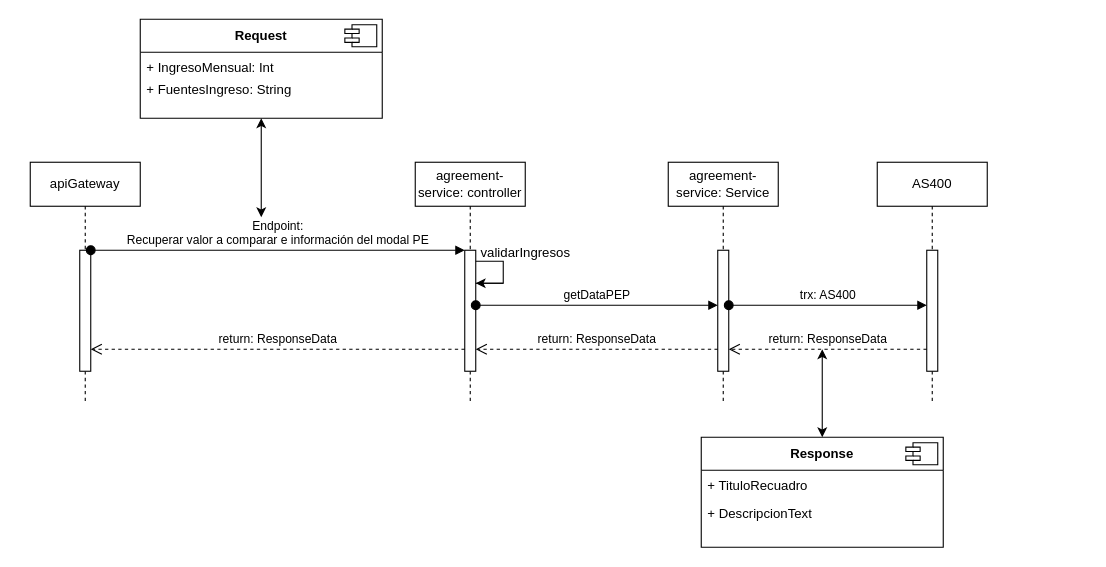
Earlier version of the draw.io diagram 9no endpoint; actualizacion de datos.drawio (StevenGpByte/ActualizacionDatos). Source tidied: cells renumbered, new cells numbered last; positions are measured from the earlier drawing's top-left corner, leaving out a move shared by most shapes. Both pictures are drawn from the tidied source at 110%, with x=0, y=0 at pixel (30, 19).
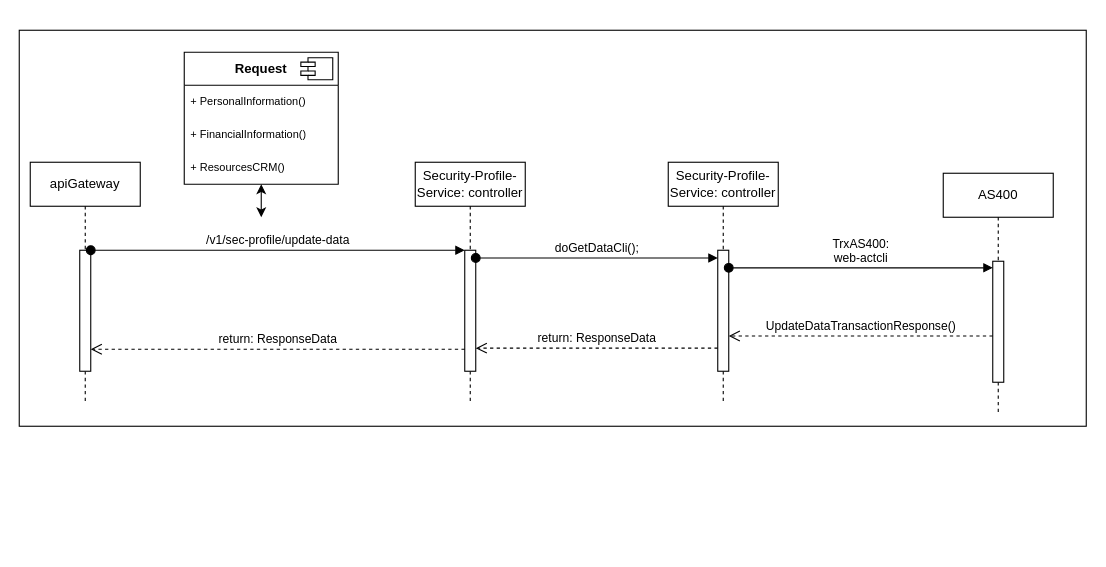
The same page after the edit.

The change refers to these unchanged cells:
```xml
<mxCell id="3" style="html=1;points=[];perimeter=orthogonalPerimeter;outlineConnect=0;targetShapes=umlLifeline;portConstraint=eastwest;newEdgeStyle={&quot;edgeStyle&quot;:&quot;elbowEdgeStyle&quot;,&quot;elbow&quot;:&quot;vertical&quot;,&quot;curved&quot;:0,&quot;rounded&quot;:0};" parent="2" vertex="1">
  <mxGeometry x="45" y="80" width="10" height="110" as="geometry" />
</mxCell>
<mxCell id="5" style="html=1;points=[];perimeter=orthogonalPerimeter;outlineConnect=0;targetShapes=umlLifeline;portConstraint=eastwest;newEdgeStyle={&quot;edgeStyle&quot;:&quot;elbowEdgeStyle&quot;,&quot;elbow&quot;:&quot;vertical&quot;,&quot;curved&quot;:0,&quot;rounded&quot;:0};" parent="4" vertex="1">
  <mxGeometry x="45" y="80" width="10" height="110" as="geometry" />
</mxCell>
<mxCell id="10" style="html=1;points=[];perimeter=orthogonalPerimeter;outlineConnect=0;targetShapes=umlLifeline;portConstraint=eastwest;newEdgeStyle={&quot;edgeStyle&quot;:&quot;elbowEdgeStyle&quot;,&quot;elbow&quot;:&quot;vertical&quot;,&quot;curved&quot;:0,&quot;rounded&quot;:0};" parent="9" vertex="1">
  <mxGeometry x="45" y="80" width="10" height="110" as="geometry" />
</mxCell>
<mxCell id="13" style="html=1;points=[];perimeter=orthogonalPerimeter;outlineConnect=0;targetShapes=umlLifeline;portConstraint=eastwest;newEdgeStyle={&quot;edgeStyle&quot;:&quot;elbowEdgeStyle&quot;,&quot;elbow&quot;:&quot;vertical&quot;,&quot;curved&quot;:0,&quot;rounded&quot;:0};" parent="12" vertex="1">
  <mxGeometry x="45" y="80" width="10" height="110" as="geometry" />
</mxCell>
```

The edit, as a diff of the source:
```diff
@@
+    <mxCell id="29" style="rounded=0;whiteSpace=wrap;html=1;" parent="1" vertex="1">
+      <mxGeometry x="-10" y="10" width="970" height="360" as="geometry" />
+    </mxCell>
@@
-    <mxCell id="4" value="agreement-service: controller" style="shape=umlLifeline;perimeter=lifelinePerimeter;whiteSpace=wrap;html=1;newEdgeStyle={&quot;edgeStyle&quot;:&quot;elbowEdgeStyle&quot;,&quot;elbow&quot;:&quot;vertical&quot;,&quot;curved&quot;:0,&quot;rounded&quot;:0};" parent="1" vertex="1">
+    <mxCell id="4" value="Security-Profile-Service: controller" style="shape=umlLifeline;perimeter=lifelinePerimeter;whiteSpace=wrap;html=1;newEdgeStyle={&quot;edgeStyle&quot;:&quot;elbowEdgeStyle&quot;,&quot;elbow&quot;:&quot;vertical&quot;,&quot;curved&quot;:0,&quot;rounded&quot;:0};" parent="1" vertex="1">
       <mxGeometry x="350" y="130" width="100" height="220" as="geometry" />
     </mxCell>
@@
-    <mxCell id="6" style="endArrow=none;html=1;rounded=0;" parent="4" edge="1" source="5" target="5">
-      <mxGeometry relative="1" as="geometry">
-        <Array as="points">
-          <mxPoint x="80" y="90" />
-          <mxPoint x="80" y="110" />
-        </Array>
-      </mxGeometry>
-    </mxCell>
@@
-    <mxCell id="8" value="Endpoint:&lt;br&gt;Recuperar valor a comparar e información del modal PE" style="html=1;verticalAlign=bottom;startArrow=oval;endArrow=block;startSize=8;edgeStyle=elbowEdgeStyle;elbow=vertical;curved=0;rounded=0;" parent="1" edge="1" source="3" target="5">
+    <mxCell id="8" value="/v1/sec-profile/update-data" style="html=1;verticalAlign=bottom;startArrow=oval;endArrow=block;startSize=8;edgeStyle=elbowEdgeStyle;elbow=vertical;curved=0;rounded=0;" parent="1" edge="1" source="3" target="5">
       <mxGeometry relative="1" as="geometry">
         <Array as="points">
           <mxPoint x="260" y="210" />
         </Array>
       </mxGeometry>
     </mxCell>
-    <mxCell id="9" value="&lt;span style=&quot;font-weight: normal;&quot;&gt;agreement-service: Service&lt;/span&gt;" style="shape=umlLifeline;perimeter=lifelinePerimeter;whiteSpace=wrap;html=1;newEdgeStyle={&quot;edgeStyle&quot;:&quot;elbowEdgeStyle&quot;,&quot;elbow&quot;:&quot;vertical&quot;,&quot;curved&quot;:0,&quot;rounded&quot;:0};fontStyle=1;" parent="1" vertex="1">
+    <mxCell id="9" value="&lt;span style=&quot;font-weight: normal;&quot;&gt;Security-Profile-Service: controller&lt;/span&gt;" style="shape=umlLifeline;perimeter=lifelinePerimeter;whiteSpace=wrap;html=1;newEdgeStyle={&quot;edgeStyle&quot;:&quot;elbowEdgeStyle&quot;,&quot;elbow&quot;:&quot;vertical&quot;,&quot;curved&quot;:0,&quot;rounded&quot;:0};fontStyle=1;" parent="1" vertex="1">
       <mxGeometry x="580" y="130" width="100" height="220" as="geometry" />
     </mxCell>
@@
-    <mxCell id="11" value="getDataPEP" style="html=1;verticalAlign=bottom;startArrow=oval;endArrow=block;startSize=8;edgeStyle=elbowEdgeStyle;elbow=vertical;curved=0;rounded=0;" parent="1" edge="1" source="5" target="10">
-      <mxGeometry relative="1" as="geometry">
-        <Array as="points">
-          <mxPoint x="460" y="260" />
-          <mxPoint x="460" y="290" />
-          <mxPoint x="560" y="270" />
-          <mxPoint x="570" y="210" />
-          <mxPoint x="600" y="200" />
-          <mxPoint x="580" y="210" />
-          <mxPoint x="580" y="210" />
-          <mxPoint x="580" y="250" />
-          <mxPoint x="580" y="240" />
-          <mxPoint x="560" y="210" />
-          <mxPoint x="540" y="270" />
-          <mxPoint x="560" y="210" />
-        </Array>
-      </mxGeometry>
-    </mxCell>
     <mxCell id="12" value="AS400" style="shape=umlLifeline;perimeter=lifelinePerimeter;whiteSpace=wrap;html=1;newEdgeStyle={&quot;edgeStyle&quot;:&quot;elbowEdgeStyle&quot;,&quot;elbow&quot;:&quot;vertical&quot;,&quot;curved&quot;:0,&quot;rounded&quot;:0};" parent="1" vertex="1">
-      <mxGeometry x="770" y="130" width="100" height="220" as="geometry" />
+      <mxGeometry x="830" y="140" width="100" height="220" as="geometry" />
     </mxCell>
@@
-    <mxCell id="14" value="trx: AS400" style="html=1;verticalAlign=bottom;startArrow=oval;endArrow=block;startSize=8;edgeStyle=elbowEdgeStyle;elbow=vertical;curved=0;rounded=0;" parent="1" edge="1" source="10" target="13">
+    <mxCell id="14" value="TrxAS400:&lt;br style=&quot;border-color: var(--border-color);&quot;&gt;web-actcli" style="html=1;verticalAlign=bottom;startArrow=oval;endArrow=block;startSize=8;edgeStyle=elbowEdgeStyle;elbow=vertical;curved=0;rounded=0;" parent="1" edge="1">
       <mxGeometry relative="1" as="geometry">
+        <mxPoint x="635" y="226" as="sourcePoint" />
+        <mxPoint x="875" y="226" as="targetPoint" />
         <Array as="points">
-          <mxPoint x="770" y="260" />
-          <mxPoint x="790" y="270" />
-          <mxPoint x="770" y="210" />
-          <mxPoint x="750" y="270" />
-          <mxPoint x="770" y="210" />
-          <mxPoint x="805" y="250" />
+          <mxPoint x="770" y="226" />
+          <mxPoint x="790" y="236" />
+          <mxPoint x="770" y="176" />
+          <mxPoint x="750" y="236" />
+          <mxPoint x="770" y="176" />
+          <mxPoint x="805" y="216" />
         </Array>
       </mxGeometry>
     </mxCell>
     <mxCell id="15" value="Request" style="swimlane;whiteSpace=wrap;html=1;startSize=30;" parent="1" vertex="1">
-      <mxGeometry x="100" width="220" height="90" as="geometry" />
+      <mxGeometry x="140" y="30" width="140" height="120" as="geometry" />
     </mxCell>
@@
-    <mxCell id="17" value="+ IngresoMensual: Int" style="text;strokeColor=none;fillColor=none;align=left;verticalAlign=top;spacingLeft=4;spacingRight=4;overflow=hidden;whiteSpace=wrap;html=1;" parent="15" vertex="1">
-      <mxGeometry y="30" width="200" height="26" as="geometry" />
+    <mxCell id="17" value="&lt;p style=&quot;line-height:1.38;margin-top:0pt;margin-bottom:0pt;&quot; dir=&quot;ltr&quot;&gt;&lt;/p&gt;&lt;p style=&quot;line-height:1.38;margin-top:0pt;margin-bottom:0pt;&quot; dir=&quot;ltr&quot;&gt;&lt;/p&gt;&lt;p style=&quot;line-height:1.38;margin-top:0pt;margin-bottom:0pt;&quot; dir=&quot;ltr&quot;&gt;&lt;/p&gt;&lt;p style=&quot;line-height:1.38;margin-top:0pt;margin-bottom:0pt;&quot; dir=&quot;ltr&quot;&gt;&lt;/p&gt;&lt;p style=&quot;line-height:1.38;margin-top:0pt;margin-bottom:0pt;&quot; dir=&quot;ltr&quot;&gt;&lt;/p&gt;&lt;p style=&quot;line-height:1.38;margin-top:0pt;margin-bottom:0pt;&quot; dir=&quot;ltr&quot;&gt;&lt;/p&gt;&lt;p style=&quot;line-height:1.38;margin-top:0pt;margin-bottom:0pt;&quot; dir=&quot;ltr&quot;&gt;&lt;/p&gt;&lt;p style=&quot;line-height:1.38;margin-top:0pt;margin-bottom:0pt;&quot; dir=&quot;ltr&quot;&gt;&lt;/p&gt;&lt;p style=&quot;line-height:1.38;margin-top:0pt;margin-bottom:0pt;&quot; dir=&quot;ltr&quot;&gt;&lt;/p&gt;&lt;p style=&quot;line-height:1.38;margin-top:0pt;margin-bottom:0pt;&quot; dir=&quot;ltr&quot;&gt;&lt;/p&gt;&lt;p style=&quot;line-height:1.38;margin-top:0pt;margin-bottom:0pt;&quot; dir=&quot;ltr&quot;&gt;&lt;/p&gt;&lt;p style=&quot;line-height:1.38;margin-top:0pt;margin-bottom:0pt;&quot; dir=&quot;ltr&quot;&gt;&lt;/p&gt;&lt;p style=&quot;line-height:1.38;margin-top:0pt;margin-bottom:0pt;&quot; dir=&quot;ltr&quot;&gt;&lt;/p&gt;&lt;p style=&quot;line-height:1.38;margin-top:0pt;margin-bottom:0pt;&quot; dir=&quot;ltr&quot;&gt;&lt;/p&gt;&lt;p style=&quot;line-height:1.38;margin-top:0pt;margin-bottom:0pt;&quot; dir=&quot;ltr&quot;&gt;&lt;/p&gt;&lt;p style=&quot;line-height:1.38;margin-top:0pt;margin-bottom:0pt;&quot; dir=&quot;ltr&quot;&gt;&lt;/p&gt;&lt;p style=&quot;line-height:1.38;margin-top:0pt;margin-bottom:0pt;&quot; dir=&quot;ltr&quot;&gt;&lt;/p&gt;&lt;p style=&quot;line-height:1.38;margin-top:0pt;margin-bottom:0pt;&quot; dir=&quot;ltr&quot;&gt;&lt;/p&gt;&lt;div&gt;&lt;/div&gt;&lt;font size=&quot;1&quot; face=&quot;Arial, sans-serif&quot;&gt;+ PersonalInformation()&lt;/font&gt;&lt;br&gt;&lt;span id=&quot;docs-internal-guid-35b9aa86-7fff-8cd9-a609-26aaf156870c&quot;&gt;&lt;/span&gt;" style="text;strokeColor=none;fillColor=none;align=left;verticalAlign=top;spacingLeft=4;spacingRight=4;overflow=hidden;whiteSpace=wrap;html=1;" parent="15" vertex="1">
+      <mxGeometry y="30" width="200" height="30" as="geometry" />
     </mxCell>
-    <mxCell id="18" value="+ FuentesIngreso: String" style="text;strokeColor=none;fillColor=none;align=left;verticalAlign=top;spacingLeft=4;spacingRight=4;overflow=hidden;whiteSpace=wrap;html=1;" parent="15" vertex="1">
-      <mxGeometry y="50" width="200" height="26" as="geometry" />
-    </mxCell>
+    <mxCell id="30" value="&lt;p style=&quot;line-height:1.38;margin-top:0pt;margin-bottom:0pt;&quot; dir=&quot;ltr&quot;&gt;&lt;/p&gt;&lt;p style=&quot;line-height:1.38;margin-top:0pt;margin-bottom:0pt;&quot; dir=&quot;ltr&quot;&gt;&lt;/p&gt;&lt;p style=&quot;line-height:1.38;margin-top:0pt;margin-bottom:0pt;&quot; dir=&quot;ltr&quot;&gt;&lt;/p&gt;&lt;p style=&quot;line-height:1.38;margin-top:0pt;margin-bottom:0pt;&quot; dir=&quot;ltr&quot;&gt;&lt;/p&gt;&lt;p style=&quot;line-height:1.38;margin-top:0pt;margin-bottom:0pt;&quot; dir=&quot;ltr&quot;&gt;&lt;/p&gt;&lt;p style=&quot;line-height:1.38;margin-top:0pt;margin-bottom:0pt;&quot; dir=&quot;ltr&quot;&gt;&lt;/p&gt;&lt;p style=&quot;line-height:1.38;margin-top:0pt;margin-bottom:0pt;&quot; dir=&quot;ltr&quot;&gt;&lt;/p&gt;&lt;p style=&quot;line-height:1.38;margin-top:0pt;margin-bottom:0pt;&quot; dir=&quot;ltr&quot;&gt;&lt;/p&gt;&lt;p style=&quot;line-height:1.38;margin-top:0pt;margin-bottom:0pt;&quot; dir=&quot;ltr&quot;&gt;&lt;/p&gt;&lt;p style=&quot;line-height:1.38;margin-top:0pt;margin-bottom:0pt;&quot; dir=&quot;ltr&quot;&gt;&lt;/p&gt;&lt;p style=&quot;line-height:1.38;margin-top:0pt;margin-bottom:0pt;&quot; dir=&quot;ltr&quot;&gt;&lt;/p&gt;&lt;p style=&quot;line-height:1.38;margin-top:0pt;margin-bottom:0pt;&quot; dir=&quot;ltr&quot;&gt;&lt;/p&gt;&lt;p style=&quot;line-height:1.38;margin-top:0pt;margin-bottom:0pt;&quot; dir=&quot;ltr&quot;&gt;&lt;/p&gt;&lt;p style=&quot;line-height:1.38;margin-top:0pt;margin-bottom:0pt;&quot; dir=&quot;ltr&quot;&gt;&lt;/p&gt;&lt;p style=&quot;line-height:1.38;margin-top:0pt;margin-bottom:0pt;&quot; dir=&quot;ltr&quot;&gt;&lt;/p&gt;&lt;p style=&quot;line-height:1.38;margin-top:0pt;margin-bottom:0pt;&quot; dir=&quot;ltr&quot;&gt;&lt;/p&gt;&lt;p style=&quot;line-height:1.38;margin-top:0pt;margin-bottom:0pt;&quot; dir=&quot;ltr&quot;&gt;&lt;/p&gt;&lt;p style=&quot;line-height:1.38;margin-top:0pt;margin-bottom:0pt;&quot; dir=&quot;ltr&quot;&gt;&lt;/p&gt;&lt;div&gt;&lt;/div&gt;&lt;font size=&quot;1&quot; face=&quot;Arial, sans-serif&quot;&gt;+ FinancialInformation()&lt;/font&gt;&lt;br&gt;&lt;span id=&quot;docs-internal-guid-35b9aa86-7fff-8cd9-a609-26aaf156870c&quot;&gt;&lt;/span&gt;" style="text;strokeColor=none;fillColor=none;align=left;verticalAlign=top;spacingLeft=4;spacingRight=4;overflow=hidden;whiteSpace=wrap;html=1;" parent="15" vertex="1">
+      <mxGeometry y="60" width="200" height="30" as="geometry" />
+    </mxCell>
+    <mxCell id="31" value="&lt;p style=&quot;line-height:1.38;margin-top:0pt;margin-bottom:0pt;&quot; dir=&quot;ltr&quot;&gt;&lt;/p&gt;&lt;p style=&quot;line-height:1.38;margin-top:0pt;margin-bottom:0pt;&quot; dir=&quot;ltr&quot;&gt;&lt;/p&gt;&lt;p style=&quot;line-height:1.38;margin-top:0pt;margin-bottom:0pt;&quot; dir=&quot;ltr&quot;&gt;&lt;/p&gt;&lt;p style=&quot;line-height:1.38;margin-top:0pt;margin-bottom:0pt;&quot; dir=&quot;ltr&quot;&gt;&lt;/p&gt;&lt;p style=&quot;line-height:1.38;margin-top:0pt;margin-bottom:0pt;&quot; dir=&quot;ltr&quot;&gt;&lt;/p&gt;&lt;p style=&quot;line-height:1.38;margin-top:0pt;margin-bottom:0pt;&quot; dir=&quot;ltr&quot;&gt;&lt;/p&gt;&lt;p style=&quot;line-height:1.38;margin-top:0pt;margin-bottom:0pt;&quot; dir=&quot;ltr&quot;&gt;&lt;/p&gt;&lt;p style=&quot;line-height:1.38;margin-top:0pt;margin-bottom:0pt;&quot; dir=&quot;ltr&quot;&gt;&lt;/p&gt;&lt;p style=&quot;line-height:1.38;margin-top:0pt;margin-bottom:0pt;&quot; dir=&quot;ltr&quot;&gt;&lt;/p&gt;&lt;p style=&quot;line-height:1.38;margin-top:0pt;margin-bottom:0pt;&quot; dir=&quot;ltr&quot;&gt;&lt;/p&gt;&lt;p style=&quot;line-height:1.38;margin-top:0pt;margin-bottom:0pt;&quot; dir=&quot;ltr&quot;&gt;&lt;/p&gt;&lt;p style=&quot;line-height:1.38;margin-top:0pt;margin-bottom:0pt;&quot; dir=&quot;ltr&quot;&gt;&lt;/p&gt;&lt;p style=&quot;line-height:1.38;margin-top:0pt;margin-bottom:0pt;&quot; dir=&quot;ltr&quot;&gt;&lt;/p&gt;&lt;p style=&quot;line-height:1.38;margin-top:0pt;margin-bottom:0pt;&quot; dir=&quot;ltr&quot;&gt;&lt;/p&gt;&lt;p style=&quot;line-height:1.38;margin-top:0pt;margin-bottom:0pt;&quot; dir=&quot;ltr&quot;&gt;&lt;/p&gt;&lt;p style=&quot;line-height:1.38;margin-top:0pt;margin-bottom:0pt;&quot; dir=&quot;ltr&quot;&gt;&lt;/p&gt;&lt;p style=&quot;line-height:1.38;margin-top:0pt;margin-bottom:0pt;&quot; dir=&quot;ltr&quot;&gt;&lt;/p&gt;&lt;p style=&quot;line-height:1.38;margin-top:0pt;margin-bottom:0pt;&quot; dir=&quot;ltr&quot;&gt;&lt;/p&gt;&lt;div&gt;&lt;/div&gt;&lt;font size=&quot;1&quot; face=&quot;Arial, sans-serif&quot;&gt;+ ResourcesCRM()&lt;/font&gt;&lt;br&gt;&lt;span id=&quot;docs-internal-guid-35b9aa86-7fff-8cd9-a609-26aaf156870c&quot;&gt;&lt;/span&gt;" style="text;strokeColor=none;fillColor=none;align=left;verticalAlign=top;spacingLeft=4;spacingRight=4;overflow=hidden;whiteSpace=wrap;html=1;" parent="15" vertex="1">
+      <mxGeometry y="90" width="200" height="30" as="geometry" />
+    </mxCell>
@@
-    <mxCell id="20" style="endArrow=classic;html=1;rounded=0;" parent="1" edge="1" target="5">
-      <mxGeometry relative="1" as="geometry">
-        <mxPoint x="430" y="240" as="sourcePoint" />
-      </mxGeometry>
-    </mxCell>
-    <mxCell id="21" value="validarIngresos" style="text;html=1;align=center;verticalAlign=middle;strokeColor=none;fillColor=none;" parent="1" vertex="1">
-      <mxGeometry x="400" y="198" width="100" height="30" as="geometry" />
-    </mxCell>
-    <mxCell id="22" value="return: ResponseData" style="html=1;verticalAlign=bottom;endArrow=open;dashed=1;endSize=8;edgeStyle=elbowEdgeStyle;elbow=vertical;curved=0;rounded=0;" parent="1" edge="1" source="13" target="10">
+    <mxCell id="22" value="UpdateDataTransactionResponse()" style="html=1;verticalAlign=bottom;endArrow=open;dashed=1;endSize=8;edgeStyle=elbowEdgeStyle;elbow=vertical;curved=0;rounded=0;" parent="1" edge="1">
       <mxGeometry relative="1" as="geometry">
+        <mxPoint x="875" y="288" as="sourcePoint" />
+        <mxPoint x="635" y="288" as="targetPoint" />
         <Array as="points">
-          <mxPoint x="770" y="300" />
-          <mxPoint x="780" y="320" />
-          <mxPoint x="755" y="310" />
-          <mxPoint x="665" y="290" />
-          <mxPoint x="705" y="270" />
-          <mxPoint x="635" y="400" />
-          <mxPoint x="535" y="390" />
+          <mxPoint x="770" y="288" />
+          <mxPoint x="780" y="308" />
+          <mxPoint x="755" y="298" />
+          <mxPoint x="665" y="278" />
+          <mxPoint x="705" y="258" />
+          <mxPoint x="635" y="388" />
+          <mxPoint x="535" y="378" />
         </Array>
       </mxGeometry>
     </mxCell>
-    <mxCell id="23" value="Response" style="swimlane;whiteSpace=wrap;html=1;startSize=30;" parent="1" vertex="1">
-      <mxGeometry x="610" y="380" width="220" height="100" as="geometry" />
-    </mxCell>
-    <mxCell id="24" style="shape=module;jettyWidth=13;jettyHeight=4;" parent="23" vertex="1">
-      <mxGeometry x="1" width="29" height="20" relative="1" as="geometry">
-        <mxPoint x="-34" y="5" as="offset" />
-      </mxGeometry>
-    </mxCell>
-    <mxCell id="25" value="+ TituloRecuadro" style="text;strokeColor=none;fillColor=none;align=left;verticalAlign=top;spacingLeft=4;spacingRight=4;overflow=hidden;whiteSpace=wrap;html=1;" parent="23" vertex="1">
-      <mxGeometry y="30" width="200" height="26" as="geometry" />
-    </mxCell>
-    <mxCell id="26" value="+ DescripcionText" style="text;strokeColor=none;fillColor=none;align=left;verticalAlign=top;spacingLeft=4;spacingRight=4;overflow=hidden;whiteSpace=wrap;html=1;" parent="23" vertex="1">
-      <mxGeometry y="56" width="200" height="26" as="geometry" />
-    </mxCell>
-    <mxCell id="27" value="return: ResponseData" style="html=1;verticalAlign=bottom;endArrow=open;dashed=1;endSize=8;edgeStyle=elbowEdgeStyle;elbow=vertical;curved=0;rounded=0;" parent="1" edge="1" source="10" target="5">
+    <mxCell id="27" value="return: ResponseData" style="html=1;verticalAlign=bottom;endArrow=open;dashed=1;endSize=8;edgeStyle=elbowEdgeStyle;elbow=vertical;curved=0;rounded=0;" parent="1" edge="1">
       <mxGeometry relative="1" as="geometry">
+        <mxPoint x="625" y="299" as="sourcePoint" />
+        <mxPoint x="405" y="299" as="targetPoint" />
         <Array as="points">
-          <mxPoint x="580" y="300" />
-          <mxPoint x="565" y="320" />
-          <mxPoint x="475" y="300" />
-          <mxPoint x="515" y="280" />
-          <mxPoint x="445" y="410" />
-          <mxPoint x="345" y="400" />
+          <mxPoint x="580" y="299" />
+          <mxPoint x="565" y="319" />
+          <mxPoint x="475" y="299" />
+          <mxPoint x="515" y="279" />
+          <mxPoint x="445" y="409" />
+          <mxPoint x="345" y="399" />
         </Array>
       </mxGeometry>
     </mxCell>
-    <mxCell id="28" style="endArrow=classic;startArrow=classic;html=1;rounded=0;" parent="1" edge="1" source="23">
-      <mxGeometry relative="1" as="geometry">
-        <mxPoint x="720" y="300" as="targetPoint" />
-      </mxGeometry>
-    </mxCell>
+    <mxCell id="11" value="doGetDataCli();" style="html=1;verticalAlign=bottom;startArrow=oval;endArrow=block;startSize=8;edgeStyle=elbowEdgeStyle;elbow=vertical;curved=0;rounded=0;" parent="1" edge="1" source="5" target="10">
+      <mxGeometry relative="1" as="geometry">
+        <Array as="points">
+          <mxPoint x="520" y="217" />
+          <mxPoint x="445" y="217" />
+        </Array>
+      </mxGeometry>
+    </mxCell>
```
